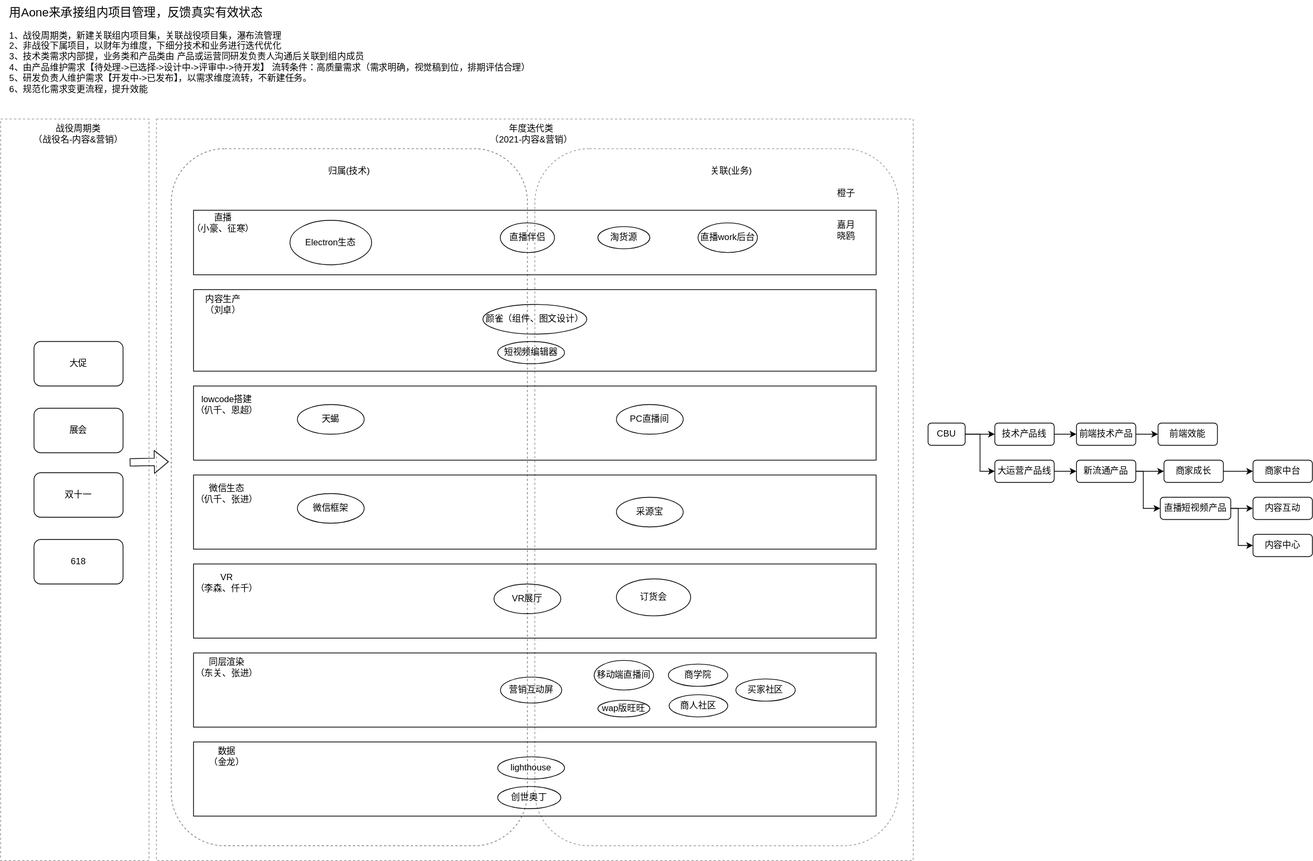
git-zhanglei/gitskills keeps this draw.io diagram as project.svg. Above is the earlier version. Source tidied: cells renumbered, new cells last; positions are measured from the earlier drawing's top-left corner, leaving out a move shared by most shapes.
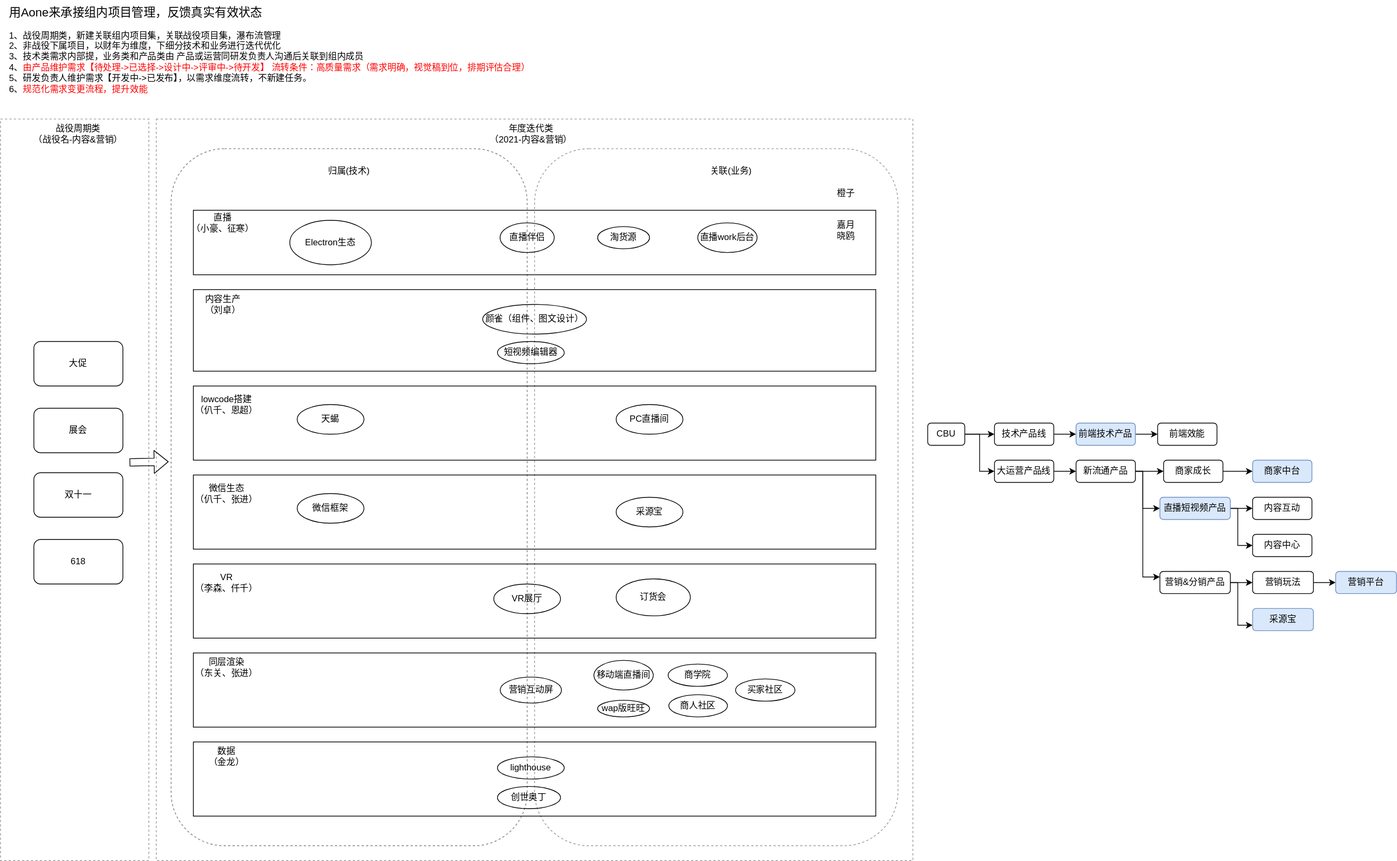
After the commit.

Change to the diagram source:
```diff
@@ -59,7 +59,7 @@
     <mxCell id="20" value="关联(业务)" style="text;html=1;strokeColor=none;fillColor=none;align=center;verticalAlign=middle;whiteSpace=wrap;rounded=0;" parent="1" vertex="1">
       <mxGeometry x="940" y="220" width="90" height="20" as="geometry" />
     </mxCell>
-    <mxCell id="21" value="&lt;font style=&quot;font-size: 16px&quot;&gt;用Aone来承接组内项目管理，反馈真实有效状态&lt;/font&gt;&lt;br&gt;&lt;br&gt;1、战役周期类，新建关联组内项目集，关联战役项目集，瀑布流管理&lt;br&gt;2、非战役下属项目，以财年为维度，下细分技术和业务进行迭代优化&lt;br&gt;3、技术类需求内部提，业务类和产品类由 产品或运营同研发负责人沟通后关联到组内成员&lt;br&gt;4、由产品维护需求【待处理-&amp;gt;已选择-&amp;gt;设计中-&amp;gt;评审中-&amp;gt;待开发】 流转条件：高质量需求（需求明确，视觉稿到位，排期评估合理）&lt;br&gt;5、研发负责人维护需求【开发中-&amp;gt;已发布】，以需求维度流转，不新建任务。&lt;br&gt;6、规范化需求变更流程，提升效能" style="text;html=1;strokeColor=none;fillColor=none;align=left;verticalAlign=top;whiteSpace=wrap;rounded=0;" parent="1" vertex="1">
+    <mxCell id="21" value="&lt;font style=&quot;font-size: 16px&quot;&gt;用Aone来承接组内项目管理，反馈真实有效状态&lt;/font&gt;&lt;br&gt;&lt;br&gt;1、战役周期类，新建关联组内项目集，关联战役项目集，瀑布流管理&lt;br&gt;2、非战役下属项目，以财年为维度，下细分技术和业务进行迭代优化&lt;br&gt;3、技术类需求内部提，业务类和产品类由 产品或运营同研发负责人沟通后关联到组内成员&lt;br&gt;4、&lt;font color=&quot;#ff0000&quot;&gt;由产品维护需求【待处理-&amp;gt;已选择-&amp;gt;设计中-&amp;gt;评审中-&amp;gt;待开发】 流转条件：高质量需求（需求明确，视觉稿到位，排期评估合理）&lt;/font&gt;&lt;br&gt;5、研发负责人维护需求【开发中-&amp;gt;已发布】，以需求维度流转，不新建任务。&lt;br&gt;6、&lt;font color=&quot;#ff0000&quot;&gt;规范化需求变更流程，提升效能&lt;/font&gt;" style="text;html=1;strokeColor=none;fillColor=none;align=left;verticalAlign=top;whiteSpace=wrap;rounded=0;" parent="1" vertex="1">
       <mxGeometry x="10" width="740" height="140" as="geometry" />
     </mxCell>
     <mxCell id="22" style="rounded=0;whiteSpace=wrap;html=1;fillColor=none;" parent="1" vertex="1">
@@ -125,7 +125,7 @@
     <mxCell id="42" style="edgeStyle=orthogonalEdgeStyle;rounded=0;jettySize=auto;html=1;exitX=1;exitY=0.5;exitDx=0;exitDy=0;entryX=0;entryY=0.5;entryDx=0;entryDy=0;" parent="1" edge="1" source="43" target="44">
       <mxGeometry relative="1" as="geometry" />
     </mxCell>
-    <mxCell id="43" value="前端技术产品" style="rounded=1;whiteSpace=wrap;html=1;shadow=0;strokeColor=#000000;fillColor=none;align=center;" parent="1" vertex="1">
+    <mxCell id="43" value="前端技术产品" style="rounded=1;whiteSpace=wrap;html=1;shadow=0;strokeColor=#6c8ebf;fillColor=#dae8fc;align=center;" parent="1" vertex="1">
       <mxGeometry x="1450" y="570" width="80" height="30" as="geometry" />
     </mxCell>
     <mxCell id="44" value="前端效能" style="rounded=1;whiteSpace=wrap;html=1;shadow=0;strokeColor=#000000;fillColor=none;align=center;" parent="1" vertex="1">
@@ -148,6 +148,14 @@
         </Array>
       </mxGeometry>
     </mxCell>
+    <mxCell id="73" style="edgeStyle=orthogonalEdgeStyle;rounded=0;jettySize=auto;html=1;exitX=1;exitY=0.5;exitDx=0;exitDy=0;entryX=0;entryY=0.25;entryDx=0;entryDy=0;" parent="1" edge="1" source="49" target="76">
+      <mxGeometry relative="1" as="geometry">
+        <Array as="points">
+          <mxPoint x="1540" y="635" />
+          <mxPoint x="1540" y="778" />
+        </Array>
+      </mxGeometry>
+    </mxCell>
     <mxCell id="49" value="新流通产品" style="rounded=1;whiteSpace=wrap;html=1;shadow=0;strokeColor=#000000;fillColor=none;align=center;" parent="1" vertex="1">
       <mxGeometry x="1450" y="620" width="80" height="30" as="geometry" />
     </mxCell>
@@ -157,7 +165,7 @@
     <mxCell id="51" value="商家成长" style="rounded=1;whiteSpace=wrap;html=1;shadow=0;strokeColor=#000000;fillColor=none;align=center;" parent="1" vertex="1">
       <mxGeometry x="1568" y="620" width="80" height="30" as="geometry" />
     </mxCell>
-    <mxCell id="52" value="商家中台" style="rounded=1;whiteSpace=wrap;html=1;shadow=0;strokeColor=#000000;fillColor=none;align=center;" parent="1" vertex="1">
+    <mxCell id="52" value="商家中台" style="rounded=1;whiteSpace=wrap;html=1;shadow=0;strokeColor=#6c8ebf;fillColor=#dae8fc;align=center;" parent="1" vertex="1">
       <mxGeometry x="1688" y="620" width="80" height="30" as="geometry" />
     </mxCell>
     <mxCell id="53" style="edgeStyle=orthogonalEdgeStyle;rounded=0;jettySize=auto;html=1;exitX=1;exitY=0.5;exitDx=0;exitDy=0;entryX=0;entryY=0.5;entryDx=0;entryDy=0;" parent="1" edge="1" source="55" target="56">
@@ -171,7 +179,7 @@
         </Array>
       </mxGeometry>
     </mxCell>
-    <mxCell id="55" value="直播短视频产品" style="rounded=1;whiteSpace=wrap;html=1;shadow=0;strokeColor=#000000;fillColor=none;align=center;" parent="1" vertex="1">
+    <mxCell id="55" value="直播短视频产品" style="rounded=1;whiteSpace=wrap;html=1;shadow=0;strokeColor=#6c8ebf;fillColor=#dae8fc;align=center;" parent="1" vertex="1">
       <mxGeometry x="1563" y="670" width="95" height="30" as="geometry" />
     </mxCell>
     <mxCell id="56" value="内容互动" style="rounded=1;whiteSpace=wrap;html=1;shadow=0;strokeColor=#000000;fillColor=none;align=center;" parent="1" vertex="1">
@@ -230,5 +238,31 @@
     <mxCell id="72" style="shape=flexArrow;endArrow=classic;html=1;entryX=-0.007;entryY=0.449;entryDx=0;entryDy=0;entryPerimeter=0;exitX=0.87;exitY=0.463;exitDx=0;exitDy=0;exitPerimeter=0;" parent="1" edge="1" source="31" target="3">
       <mxGeometry relative="1" as="geometry" />
     </mxCell>
+    <mxCell id="74" style="edgeStyle=orthogonalEdgeStyle;rounded=0;jettySize=auto;html=1;exitX=1;exitY=0.5;exitDx=0;exitDy=0;entryX=0;entryY=0.5;entryDx=0;entryDy=0;" parent="1" edge="1" source="76" target="78">
+      <mxGeometry relative="1" as="geometry" />
+    </mxCell>
+    <mxCell id="75" style="edgeStyle=orthogonalEdgeStyle;rounded=0;jettySize=auto;html=1;exitX=1;exitY=0.5;exitDx=0;exitDy=0;entryX=0;entryY=0.75;entryDx=0;entryDy=0;" parent="1" edge="1" source="76" target="80">
+      <mxGeometry relative="1" as="geometry">
+        <Array as="points">
+          <mxPoint x="1668" y="785" />
+          <mxPoint x="1668" y="842" />
+        </Array>
+      </mxGeometry>
+    </mxCell>
+    <mxCell id="76" value="营销&amp;amp;分销产品" style="rounded=1;whiteSpace=wrap;html=1;shadow=0;strokeColor=#000000;fillColor=none;align=center;" parent="1" vertex="1">
+      <mxGeometry x="1563" y="770" width="95" height="30" as="geometry" />
+    </mxCell>
+    <mxCell id="77" style="edgeStyle=orthogonalEdgeStyle;rounded=0;jettySize=auto;html=1;exitX=1;exitY=0.5;exitDx=0;exitDy=0;entryX=0;entryY=0.5;entryDx=0;entryDy=0;" parent="1" edge="1" source="78" target="79">
+      <mxGeometry relative="1" as="geometry" />
+    </mxCell>
+    <mxCell id="78" value="营销玩法" style="rounded=1;whiteSpace=wrap;html=1;shadow=0;strokeColor=#000000;fillColor=none;align=center;" parent="1" vertex="1">
+      <mxGeometry x="1688" y="770" width="82" height="30" as="geometry" />
+    </mxCell>
+    <mxCell id="79" value="营销平台" style="rounded=1;whiteSpace=wrap;html=1;shadow=0;strokeColor=#6c8ebf;fillColor=#dae8fc;align=center;" parent="1" vertex="1">
+      <mxGeometry x="1800" y="770" width="82" height="30" as="geometry" />
+    </mxCell>
+    <mxCell id="80" value="采源宝" style="rounded=1;whiteSpace=wrap;html=1;shadow=0;strokeColor=#6c8ebf;fillColor=#dae8fc;align=center;" parent="1" vertex="1">
+      <mxGeometry x="1688" y="820" width="82" height="30" as="geometry" />
+    </mxCell>
   </root>
 </mxGraphModel>
```
